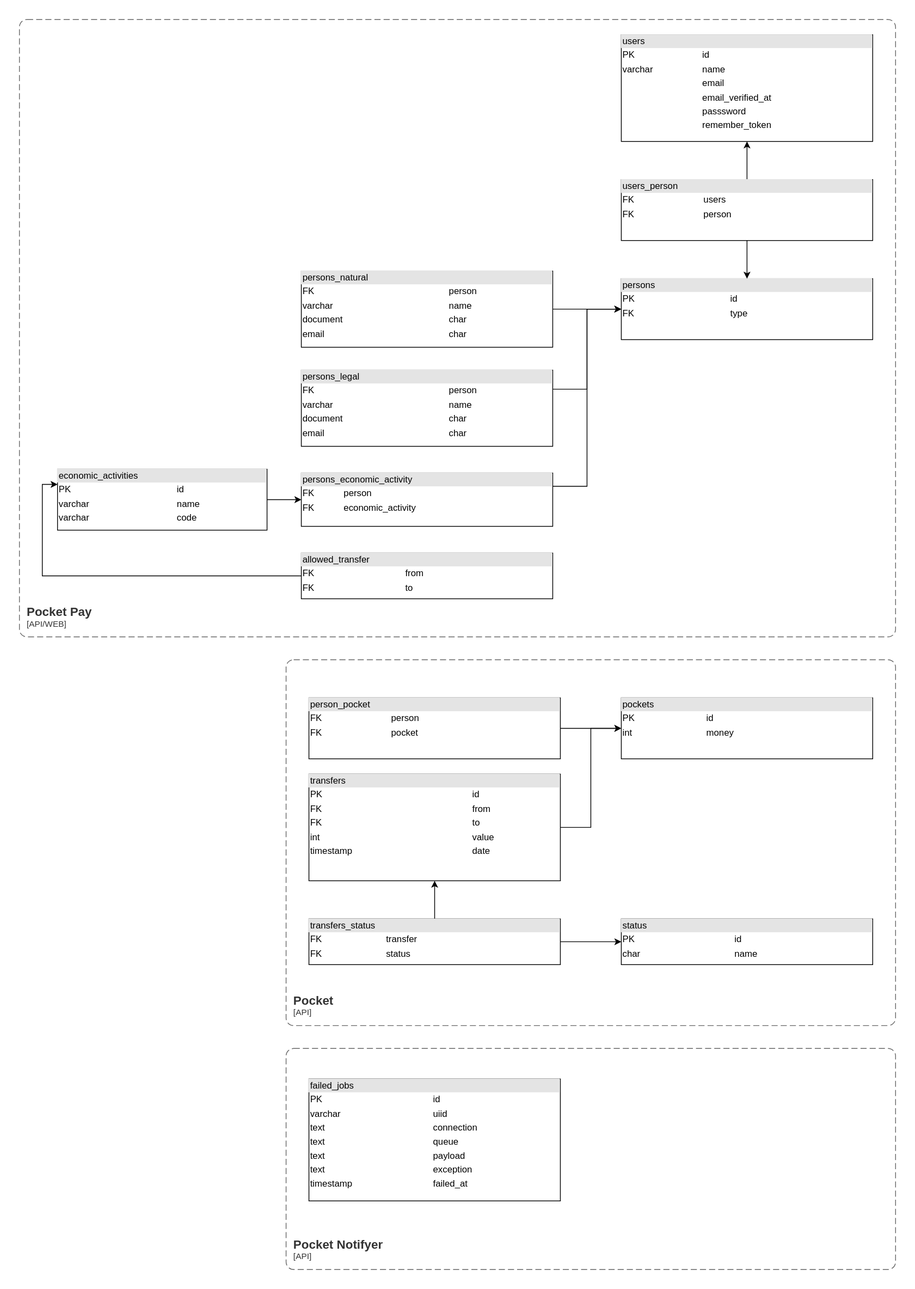
vakaman/pocketpay keeps this draw.io diagram as doc/database.svg. Above is the earlier version. Source tidied: cells renumbered, new cells last; positions are measured from the earlier drawing's top-left corner, leaving out a move shared by most shapes.
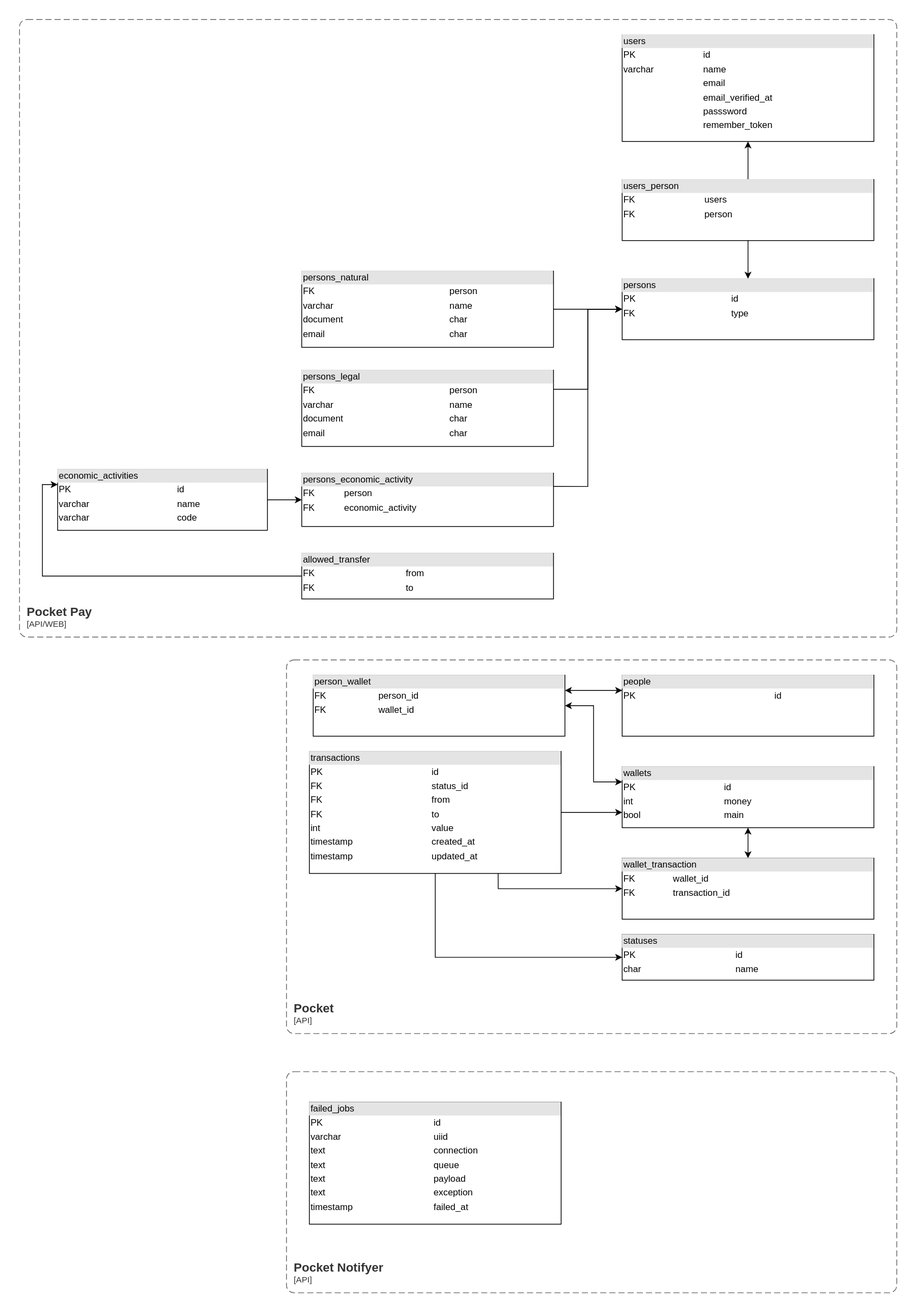
Above is the later version.

Commit message:
refact: update database doc

What changed in the source:
```diff
@@ -5,20 +5,31 @@
     <mxCell id="2" value="&lt;div style=&quot;box-sizing:border-box;width:100%;background:#e4e4e4;padding:2px;&quot;&gt;users&lt;/div&gt;&lt;table style=&quot;width:100%;font-size:1em;&quot; cellpadding=&quot;2&quot; cellspacing=&quot;0&quot;&gt;&lt;tbody&gt;&lt;tr&gt;&lt;td&gt;PK&lt;/td&gt;&lt;td&gt;id&lt;br&gt;&lt;/td&gt;&lt;/tr&gt;&lt;tr&gt;&lt;td&gt;varchar&lt;/td&gt;&lt;td&gt;name&lt;/td&gt;&lt;/tr&gt;&lt;tr&gt;&lt;td&gt;&lt;/td&gt;&lt;td&gt;email&lt;br&gt;&lt;/td&gt;&lt;/tr&gt;&lt;tr&gt;&lt;td&gt;&lt;br&gt;&lt;/td&gt;&lt;td&gt;email_verified_at&lt;br&gt;&lt;/td&gt;&lt;/tr&gt;&lt;tr&gt;&lt;td&gt;&lt;br&gt;&lt;/td&gt;&lt;td&gt;passsword&lt;/td&gt;&lt;/tr&gt;&lt;tr&gt;&lt;td&gt;&lt;br&gt;&lt;/td&gt;&lt;td&gt;remember_token&lt;/td&gt;&lt;/tr&gt;&lt;/tbody&gt;&lt;/table&gt;" style="verticalAlign=top;align=left;overflow=fill;html=1;whiteSpace=wrap;" parent="1" vertex="1">
       <mxGeometry x="790" y="20" width="330" height="140" as="geometry" />
     </mxCell>
-    <mxCell id="3" style="edgeStyle=orthogonalEdgeStyle;rounded=0;jettySize=auto;html=1;entryX=0;entryY=0.5;entryDx=0;entryDy=0;" parent="1" edge="1" source="4" target="7">
+    <mxCell id="3" style="edgeStyle=orthogonalEdgeStyle;rounded=0;jettySize=auto;html=1;exitX=0.75;exitY=1;exitDx=0;exitDy=0;" parent="1" edge="1" source="4" target="33">
       <mxGeometry relative="1" as="geometry" />
     </mxCell>
+    <mxCell id="30" style="edgeStyle=orthogonalEdgeStyle;rounded=0;jettySize=auto;html=1;entryX=0;entryY=0.75;entryDx=0;entryDy=0;" parent="1" edge="1" source="4" target="7">
+      <mxGeometry relative="1" as="geometry" />
+    </mxCell>
-    <mxCell id="4" value="&lt;div style=&quot;box-sizing:border-box;width:100%;background:#e4e4e4;padding:2px;&quot;&gt;transfers&lt;/div&gt;&lt;table style=&quot;width:100%;font-size:1em;&quot; cellpadding=&quot;2&quot; cellspacing=&quot;0&quot;&gt;&lt;tbody&gt;&lt;tr&gt;&lt;td&gt;PK&lt;/td&gt;&lt;td&gt;id&lt;br&gt;&lt;/td&gt;&lt;/tr&gt;&lt;tr&gt;&lt;td&gt;FK&lt;/td&gt;&lt;td&gt;from&lt;/td&gt;&lt;/tr&gt;&lt;tr&gt;&lt;td&gt;FK&lt;/td&gt;&lt;td&gt;to&lt;/td&gt;&lt;/tr&gt;&lt;tr&gt;&lt;td&gt;int&lt;/td&gt;&lt;td&gt;value&lt;/td&gt;&lt;/tr&gt;&lt;tr&gt;&lt;td&gt;timestamp&lt;/td&gt;&lt;td&gt;date&lt;/td&gt;&lt;/tr&gt;&lt;tr&gt;&lt;td&gt;&lt;br&gt;&lt;/td&gt;&lt;td&gt;&lt;br&gt;&lt;/td&gt;&lt;/tr&gt;&lt;/tbody&gt;&lt;/table&gt;" style="verticalAlign=top;align=left;overflow=fill;html=1;whiteSpace=wrap;" parent="1" vertex="1">
-      <mxGeometry x="380" y="990" width="330" height="140" as="geometry" />
+    <mxCell id="4" value="&lt;div style=&quot;box-sizing:border-box;width:100%;background:#e4e4e4;padding:2px;&quot;&gt;transactions&lt;/div&gt;&lt;table style=&quot;width:100%;font-size:1em;&quot; cellpadding=&quot;2&quot; cellspacing=&quot;0&quot;&gt;&lt;tbody&gt;&lt;tr&gt;&lt;td&gt;PK&lt;/td&gt;&lt;td&gt;id&lt;br&gt;&lt;/td&gt;&lt;/tr&gt;&lt;tr&gt;&lt;td&gt;FK&lt;/td&gt;&lt;td&gt;status_id&lt;/td&gt;&lt;/tr&gt;&lt;tr&gt;&lt;td&gt;FK&lt;/td&gt;&lt;td&gt;from&lt;/td&gt;&lt;/tr&gt;&lt;tr&gt;&lt;td&gt;FK&lt;/td&gt;&lt;td&gt;to&lt;/td&gt;&lt;/tr&gt;&lt;tr&gt;&lt;td&gt;int&lt;/td&gt;&lt;td&gt;value&lt;/td&gt;&lt;/tr&gt;&lt;tr&gt;&lt;td&gt;timestamp&lt;/td&gt;&lt;td&gt;created_at&lt;br&gt;&lt;/td&gt;&lt;/tr&gt;&lt;tr&gt;&lt;td&gt;timestamp&lt;/td&gt;&lt;td&gt;updated_at&lt;/td&gt;&lt;/tr&gt;&lt;/tbody&gt;&lt;/table&gt;" style="verticalAlign=top;align=left;overflow=fill;html=1;whiteSpace=wrap;" parent="1" vertex="1">
+      <mxGeometry x="380" y="960" width="330" height="160" as="geometry" />
     </mxCell>
-    <mxCell id="5" style="edgeStyle=orthogonalEdgeStyle;rounded=0;jettySize=auto;html=1;" parent="1" edge="1" source="6" target="7">
+    <mxCell id="5" style="edgeStyle=orthogonalEdgeStyle;rounded=0;jettySize=auto;html=1;startArrow=classic;startFill=1;entryX=0;entryY=0.25;entryDx=0;entryDy=0;" parent="1" edge="1" source="6" target="7">
       <mxGeometry relative="1" as="geometry" />
     </mxCell>
+    <mxCell id="31" style="edgeStyle=orthogonalEdgeStyle;rounded=0;jettySize=auto;html=1;exitX=1;exitY=0.25;exitDx=0;exitDy=0;startArrow=classic;startFill=1;" parent="1" edge="1" source="6" target="34">
+      <mxGeometry relative="1" as="geometry">
+        <Array as="points">
+          <mxPoint x="780" y="880" />
+          <mxPoint x="780" y="880" />
+        </Array>
+      </mxGeometry>
+    </mxCell>
-    <mxCell id="6" value="&lt;div style=&quot;box-sizing:border-box;width:100%;background:#e4e4e4;padding:2px;&quot;&gt;person_pocket&lt;/div&gt;&lt;table style=&quot;width:100%;font-size:1em;&quot; cellpadding=&quot;2&quot; cellspacing=&quot;0&quot;&gt;&lt;tbody&gt;&lt;tr&gt;&lt;td&gt;FK&lt;/td&gt;&lt;td&gt;person&lt;/td&gt;&lt;/tr&gt;&lt;tr&gt;&lt;td&gt;FK&lt;/td&gt;&lt;td&gt;pocket&lt;/td&gt;&lt;/tr&gt;&lt;tr&gt;&lt;td&gt;&lt;br&gt;&lt;/td&gt;&lt;td&gt;&lt;br&gt;&lt;/td&gt;&lt;/tr&gt;&lt;tr&gt;&lt;td&gt;&lt;br&gt;&lt;/td&gt;&lt;td&gt;&lt;br&gt;&lt;/td&gt;&lt;/tr&gt;&lt;tr&gt;&lt;td&gt;&lt;br&gt;&lt;/td&gt;&lt;td&gt;&lt;br&gt;&lt;/td&gt;&lt;/tr&gt;&lt;/tbody&gt;&lt;/table&gt;" style="verticalAlign=top;align=left;overflow=fill;html=1;whiteSpace=wrap;" parent="1" vertex="1">
-      <mxGeometry x="380" y="890" width="330" height="80" as="geometry" />
+    <mxCell id="6" value="&lt;div style=&quot;box-sizing:border-box;width:100%;background:#e4e4e4;padding:2px;&quot;&gt;person_wallet&lt;/div&gt;&lt;table style=&quot;width:100%;font-size:1em;&quot; cellpadding=&quot;2&quot; cellspacing=&quot;0&quot;&gt;&lt;tbody&gt;&lt;tr&gt;&lt;td&gt;FK&lt;/td&gt;&lt;td&gt;person_id&lt;/td&gt;&lt;/tr&gt;&lt;tr&gt;&lt;td&gt;FK&lt;/td&gt;&lt;td&gt;wallet_id&lt;/td&gt;&lt;/tr&gt;&lt;tr&gt;&lt;td&gt;&lt;br&gt;&lt;/td&gt;&lt;td&gt;&lt;br&gt;&lt;/td&gt;&lt;/tr&gt;&lt;tr&gt;&lt;td&gt;&lt;br&gt;&lt;/td&gt;&lt;td&gt;&lt;br&gt;&lt;/td&gt;&lt;/tr&gt;&lt;tr&gt;&lt;td&gt;&lt;br&gt;&lt;/td&gt;&lt;td&gt;&lt;br&gt;&lt;/td&gt;&lt;/tr&gt;&lt;/tbody&gt;&lt;/table&gt;" style="verticalAlign=top;align=left;overflow=fill;html=1;whiteSpace=wrap;" parent="1" vertex="1">
+      <mxGeometry x="385" y="860" width="330" height="80" as="geometry" />
     </mxCell>
-    <mxCell id="7" value="&lt;div style=&quot;box-sizing:border-box;width:100%;background:#e4e4e4;padding:2px;&quot;&gt;pockets&lt;/div&gt;&lt;table style=&quot;width:100%;font-size:1em;&quot; cellpadding=&quot;2&quot; cellspacing=&quot;0&quot;&gt;&lt;tbody&gt;&lt;tr&gt;&lt;td&gt;PK&lt;/td&gt;&lt;td&gt;id&lt;br&gt;&lt;/td&gt;&lt;/tr&gt;&lt;tr&gt;&lt;td&gt;int&lt;/td&gt;&lt;td&gt;money&lt;/td&gt;&lt;/tr&gt;&lt;tr&gt;&lt;td&gt;&lt;br&gt;&lt;/td&gt;&lt;td&gt;&lt;br&gt;&lt;/td&gt;&lt;/tr&gt;&lt;tr&gt;&lt;td&gt;&lt;br&gt;&lt;/td&gt;&lt;td&gt;&lt;br&gt;&lt;/td&gt;&lt;/tr&gt;&lt;tr&gt;&lt;td&gt;&lt;br&gt;&lt;/td&gt;&lt;td&gt;&lt;br&gt;&lt;/td&gt;&lt;/tr&gt;&lt;tr&gt;&lt;td&gt;&lt;br&gt;&lt;/td&gt;&lt;td&gt;&lt;br&gt;&lt;/td&gt;&lt;/tr&gt;&lt;/tbody&gt;&lt;/table&gt;" style="verticalAlign=top;align=left;overflow=fill;html=1;whiteSpace=wrap;" parent="1" vertex="1">
-      <mxGeometry x="790" y="890" width="330" height="80" as="geometry" />
+    <mxCell id="7" value="&lt;div style=&quot;box-sizing:border-box;width:100%;background:#e4e4e4;padding:2px;&quot;&gt;wallets&lt;/div&gt;&lt;table style=&quot;width:100%;font-size:1em;&quot; cellpadding=&quot;2&quot; cellspacing=&quot;0&quot;&gt;&lt;tbody&gt;&lt;tr&gt;&lt;td&gt;PK&lt;/td&gt;&lt;td&gt;id&lt;br&gt;&lt;/td&gt;&lt;/tr&gt;&lt;tr&gt;&lt;td&gt;int&lt;/td&gt;&lt;td&gt;money&lt;/td&gt;&lt;/tr&gt;&lt;tr&gt;&lt;td&gt;bool&lt;/td&gt;&lt;td&gt;main&lt;/td&gt;&lt;/tr&gt;&lt;tr&gt;&lt;td&gt;&lt;br&gt;&lt;/td&gt;&lt;td&gt;&lt;br&gt;&lt;/td&gt;&lt;/tr&gt;&lt;tr&gt;&lt;td&gt;&lt;br&gt;&lt;/td&gt;&lt;td&gt;&lt;br&gt;&lt;/td&gt;&lt;/tr&gt;&lt;tr&gt;&lt;td&gt;&lt;br&gt;&lt;/td&gt;&lt;td&gt;&lt;br&gt;&lt;/td&gt;&lt;/tr&gt;&lt;/tbody&gt;&lt;/table&gt;" style="verticalAlign=top;align=left;overflow=fill;html=1;whiteSpace=wrap;" parent="1" vertex="1">
+      <mxGeometry x="790" y="980" width="330" height="80" as="geometry" />
     </mxCell>
     <mxCell id="8" value="&lt;div style=&quot;box-sizing:border-box;width:100%;background:#e4e4e4;padding:2px;&quot;&gt;persons&lt;/div&gt;&lt;table style=&quot;width:100%;font-size:1em;&quot; cellpadding=&quot;2&quot; cellspacing=&quot;0&quot;&gt;&lt;tbody&gt;&lt;tr&gt;&lt;td&gt;PK&lt;/td&gt;&lt;td&gt;id&lt;br&gt;&lt;/td&gt;&lt;/tr&gt;&lt;tr&gt;&lt;td&gt;FK&lt;/td&gt;&lt;td&gt;type&lt;/td&gt;&lt;/tr&gt;&lt;tr&gt;&lt;td&gt;&lt;br&gt;&lt;/td&gt;&lt;td&gt;&lt;br&gt;&lt;/td&gt;&lt;/tr&gt;&lt;tr&gt;&lt;td&gt;&lt;br&gt;&lt;/td&gt;&lt;td&gt;&lt;br&gt;&lt;/td&gt;&lt;/tr&gt;&lt;tr&gt;&lt;td&gt;&lt;br&gt;&lt;/td&gt;&lt;td&gt;&lt;br&gt;&lt;/td&gt;&lt;/tr&gt;&lt;/tbody&gt;&lt;/table&gt;" style="verticalAlign=top;align=left;overflow=fill;html=1;whiteSpace=wrap;" parent="1" vertex="1">
       <mxGeometry x="790" y="340" width="330" height="80" as="geometry" />
@@ -62,21 +73,15 @@
     <mxCell id="21" value="&lt;div style=&quot;box-sizing:border-box;width:100%;background:#e4e4e4;padding:2px;&quot;&gt;allowed_transfer&lt;/div&gt;&lt;table style=&quot;width:100%;font-size:1em;&quot; cellpadding=&quot;2&quot; cellspacing=&quot;0&quot;&gt;&lt;tbody&gt;&lt;tr&gt;&lt;td&gt;FK&lt;/td&gt;&lt;td&gt;from&lt;/td&gt;&lt;/tr&gt;&lt;tr&gt;&lt;td&gt;FK&lt;/td&gt;&lt;td&gt;to&lt;/td&gt;&lt;/tr&gt;&lt;/tbody&gt;&lt;/table&gt;" style="verticalAlign=top;align=left;overflow=fill;html=1;whiteSpace=wrap;" parent="1" vertex="1">
       <mxGeometry x="370" y="700" width="330" height="60" as="geometry" />
     </mxCell>
-    <mxCell id="22" style="edgeStyle=orthogonalEdgeStyle;rounded=0;jettySize=auto;html=1;entryX=0;entryY=0.5;entryDx=0;entryDy=0;" parent="1" edge="1" source="24" target="25">
+    <mxCell id="22" style="edgeStyle=orthogonalEdgeStyle;rounded=0;jettySize=auto;html=1;entryX=0;entryY=0.5;entryDx=0;entryDy=0;exitX=0.5;exitY=1;exitDx=0;exitDy=0;" parent="1" edge="1" source="4" target="25">
       <mxGeometry relative="1" as="geometry" />
     </mxCell>
-    <mxCell id="23" style="edgeStyle=orthogonalEdgeStyle;rounded=0;jettySize=auto;html=1;" parent="1" edge="1" source="24" target="4">
-      <mxGeometry relative="1" as="geometry" />
-    </mxCell>
-    <mxCell id="24" value="&lt;div style=&quot;box-sizing:border-box;width:100%;background:#e4e4e4;padding:2px;&quot;&gt;transfers_status&lt;/div&gt;&lt;table style=&quot;width:100%;font-size:1em;&quot; cellpadding=&quot;2&quot; cellspacing=&quot;0&quot;&gt;&lt;tbody&gt;&lt;tr&gt;&lt;td&gt;FK&lt;/td&gt;&lt;td&gt;transfer&lt;/td&gt;&lt;/tr&gt;&lt;tr&gt;&lt;td&gt;FK&lt;/td&gt;&lt;td&gt;status&lt;/td&gt;&lt;/tr&gt;&lt;/tbody&gt;&lt;/table&gt;" style="verticalAlign=top;align=left;overflow=fill;html=1;whiteSpace=wrap;" parent="1" vertex="1">
-      <mxGeometry x="380" y="1180" width="330" height="60" as="geometry" />
-    </mxCell>
-    <mxCell id="25" value="&lt;div style=&quot;box-sizing:border-box;width:100%;background:#e4e4e4;padding:2px;&quot;&gt;status&lt;/div&gt;&lt;table style=&quot;width:100%;font-size:1em;&quot; cellpadding=&quot;2&quot; cellspacing=&quot;0&quot;&gt;&lt;tbody&gt;&lt;tr&gt;&lt;td&gt;PK&lt;/td&gt;&lt;td&gt;id&lt;/td&gt;&lt;/tr&gt;&lt;tr&gt;&lt;td&gt;char&lt;/td&gt;&lt;td&gt;name&lt;/td&gt;&lt;/tr&gt;&lt;/tbody&gt;&lt;/table&gt;" style="verticalAlign=top;align=left;overflow=fill;html=1;whiteSpace=wrap;" parent="1" vertex="1">
-      <mxGeometry x="790" y="1180" width="330" height="60" as="geometry" />
+    <mxCell id="25" value="&lt;div style=&quot;box-sizing:border-box;width:100%;background:#e4e4e4;padding:2px;&quot;&gt;statuses&lt;/div&gt;&lt;table style=&quot;width:100%;font-size:1em;&quot; cellpadding=&quot;2&quot; cellspacing=&quot;0&quot;&gt;&lt;tbody&gt;&lt;tr&gt;&lt;td&gt;PK&lt;/td&gt;&lt;td&gt;id&lt;/td&gt;&lt;/tr&gt;&lt;tr&gt;&lt;td&gt;char&lt;/td&gt;&lt;td&gt;name&lt;/td&gt;&lt;/tr&gt;&lt;/tbody&gt;&lt;/table&gt;" style="verticalAlign=top;align=left;overflow=fill;html=1;whiteSpace=wrap;" parent="1" vertex="1">
+      <mxGeometry x="790" y="1200" width="330" height="60" as="geometry" />
     </mxCell>
     <object id="26" label="&lt;font style=&quot;font-size: 16px&quot;&gt;&lt;b&gt;&lt;div style=&quot;text-align: left&quot;&gt;%c4Name%&lt;/div&gt;&lt;/b&gt;&lt;/font&gt;&lt;div style=&quot;text-align: left&quot;&gt;[%c4Application%]&lt;/div&gt;" c4Application="API" c4Name="Pocket" c4Type="SystemScopeBoundary" placeholders="1">
       <mxCell style="rounded=1;fontSize=11;whiteSpace=wrap;html=1;dashed=1;arcSize=20;fillColor=none;strokeColor=#666666;fontColor=#333333;labelBackgroundColor=none;align=left;verticalAlign=bottom;labelBorderColor=none;spacingTop=0;spacing=10;dashPattern=8 4;perimeter=rectanglePerimeter;noLabel=0;labelPadding=0;absoluteArcSize=1;" parent="1" vertex="1">
-        <mxGeometry x="350" y="840" width="800" height="480" as="geometry" />
+        <mxGeometry x="350" y="840" width="800" height="490" as="geometry" />
       </mxCell>
     </object>
     <object id="27" label="&lt;font style=&quot;font-size: 16px&quot;&gt;&lt;b&gt;&lt;div style=&quot;text-align: left&quot;&gt;%c4Name%&lt;/div&gt;&lt;/b&gt;&lt;/font&gt;&lt;div style=&quot;text-align: left&quot;&gt;[%c4Application%]&lt;/div&gt;" c4Application="API/WEB" c4Name="Pocket Pay" c4Type="SystemScopeBoundary" placeholders="1">
@@ -86,11 +91,20 @@
     </object>
     <object id="28" label="&lt;font style=&quot;font-size: 16px&quot;&gt;&lt;b&gt;&lt;div style=&quot;text-align: left&quot;&gt;%c4Name%&lt;/div&gt;&lt;/b&gt;&lt;/font&gt;&lt;div style=&quot;text-align: left&quot;&gt;[%c4Application%]&lt;/div&gt;" c4Application="API" c4Name="Pocket Notifyer" c4Type="SystemScopeBoundary" placeholders="1">
       <mxCell style="rounded=1;fontSize=11;whiteSpace=wrap;html=1;dashed=1;arcSize=20;fillColor=none;strokeColor=#666666;fontColor=#333333;labelBackgroundColor=none;align=left;verticalAlign=bottom;labelBorderColor=none;spacingTop=0;spacing=10;dashPattern=8 4;perimeter=rectanglePerimeter;noLabel=0;labelPadding=0;absoluteArcSize=1;" parent="1" vertex="1">
-        <mxGeometry x="350" y="1350" width="800" height="290" as="geometry" />
+        <mxGeometry x="350" y="1380" width="800" height="290" as="geometry" />
       </mxCell>
     </object>
     <mxCell id="29" value="&lt;div style=&quot;box-sizing:border-box;width:100%;background:#e4e4e4;padding:2px;&quot;&gt;failed_jobs&lt;/div&gt;&lt;table style=&quot;width:100%;font-size:1em;&quot; cellpadding=&quot;2&quot; cellspacing=&quot;0&quot;&gt;&lt;tbody&gt;&lt;tr&gt;&lt;td&gt;PK&lt;/td&gt;&lt;td&gt;id&lt;br&gt;&lt;/td&gt;&lt;/tr&gt;&lt;tr&gt;&lt;td&gt;varchar&lt;/td&gt;&lt;td&gt;uiid&lt;br&gt;&lt;/td&gt;&lt;/tr&gt;&lt;tr&gt;&lt;td&gt;text&lt;br&gt;&lt;/td&gt;&lt;td&gt;connection&lt;/td&gt;&lt;/tr&gt;&lt;tr&gt;&lt;td&gt;text&lt;br&gt;&lt;/td&gt;&lt;td&gt;queue&lt;br&gt;&lt;/td&gt;&lt;/tr&gt;&lt;tr&gt;&lt;td&gt;text&lt;/td&gt;&lt;td&gt;payload&lt;br&gt;&lt;/td&gt;&lt;/tr&gt;&lt;tr&gt;&lt;td&gt;text&lt;/td&gt;&lt;td&gt;exception&lt;br&gt;&lt;/td&gt;&lt;/tr&gt;&lt;tr&gt;&lt;td&gt;timestamp&lt;/td&gt;&lt;td&gt;failed_at&lt;br&gt;&lt;/td&gt;&lt;/tr&gt;&lt;/tbody&gt;&lt;/table&gt;" style="verticalAlign=top;align=left;overflow=fill;html=1;whiteSpace=wrap;" parent="1" vertex="1">
-      <mxGeometry x="380" y="1390" width="330" height="160" as="geometry" />
+      <mxGeometry x="380" y="1420" width="330" height="160" as="geometry" />
     </mxCell>
+    <mxCell id="32" style="edgeStyle=orthogonalEdgeStyle;rounded=0;jettySize=auto;html=1;startArrow=classic;startFill=1;" parent="1" edge="1" source="33" target="7">
+      <mxGeometry relative="1" as="geometry" />
+    </mxCell>
+    <mxCell id="33" value="&lt;div style=&quot;box-sizing:border-box;width:100%;background:#e4e4e4;padding:2px;&quot;&gt;wallet_transaction&lt;/div&gt;&lt;table style=&quot;width:100%;font-size:1em;&quot; cellpadding=&quot;2&quot; cellspacing=&quot;0&quot;&gt;&lt;tbody&gt;&lt;tr&gt;&lt;td&gt;FK&lt;/td&gt;&lt;td&gt;wallet_id&lt;/td&gt;&lt;/tr&gt;&lt;tr&gt;&lt;td&gt;FK&lt;/td&gt;&lt;td&gt;transaction_id&lt;/td&gt;&lt;/tr&gt;&lt;tr&gt;&lt;td&gt;&lt;br&gt;&lt;/td&gt;&lt;td&gt;&lt;br&gt;&lt;/td&gt;&lt;/tr&gt;&lt;tr&gt;&lt;td&gt;&lt;br&gt;&lt;/td&gt;&lt;td&gt;&lt;br&gt;&lt;/td&gt;&lt;/tr&gt;&lt;tr&gt;&lt;td&gt;&lt;br&gt;&lt;/td&gt;&lt;td&gt;&lt;br&gt;&lt;/td&gt;&lt;/tr&gt;&lt;/tbody&gt;&lt;/table&gt;" style="verticalAlign=top;align=left;overflow=fill;html=1;whiteSpace=wrap;" parent="1" vertex="1">
+      <mxGeometry x="790" y="1100" width="330" height="80" as="geometry" />
+    </mxCell>
+    <mxCell id="34" value="&lt;div style=&quot;box-sizing:border-box;width:100%;background:#e4e4e4;padding:2px;&quot;&gt;people&lt;/div&gt;&lt;table style=&quot;width:100%;font-size:1em;&quot; cellpadding=&quot;2&quot; cellspacing=&quot;0&quot;&gt;&lt;tbody&gt;&lt;tr&gt;&lt;td&gt;PK&lt;/td&gt;&lt;td&gt;id&lt;/td&gt;&lt;/tr&gt;&lt;tr&gt;&lt;td&gt;&lt;br&gt;&lt;/td&gt;&lt;td&gt;&lt;br&gt;&lt;/td&gt;&lt;/tr&gt;&lt;tr&gt;&lt;td&gt;&lt;br&gt;&lt;/td&gt;&lt;td&gt;&lt;br&gt;&lt;/td&gt;&lt;/tr&gt;&lt;tr&gt;&lt;td&gt;&lt;br&gt;&lt;/td&gt;&lt;td&gt;&lt;br&gt;&lt;/td&gt;&lt;/tr&gt;&lt;/tbody&gt;&lt;/table&gt;" style="verticalAlign=top;align=left;overflow=fill;html=1;whiteSpace=wrap;" parent="1" vertex="1">
+      <mxGeometry x="790" y="860" width="330" height="80" as="geometry" />
+    </mxCell>
   </root>
 </mxGraphModel>
```
